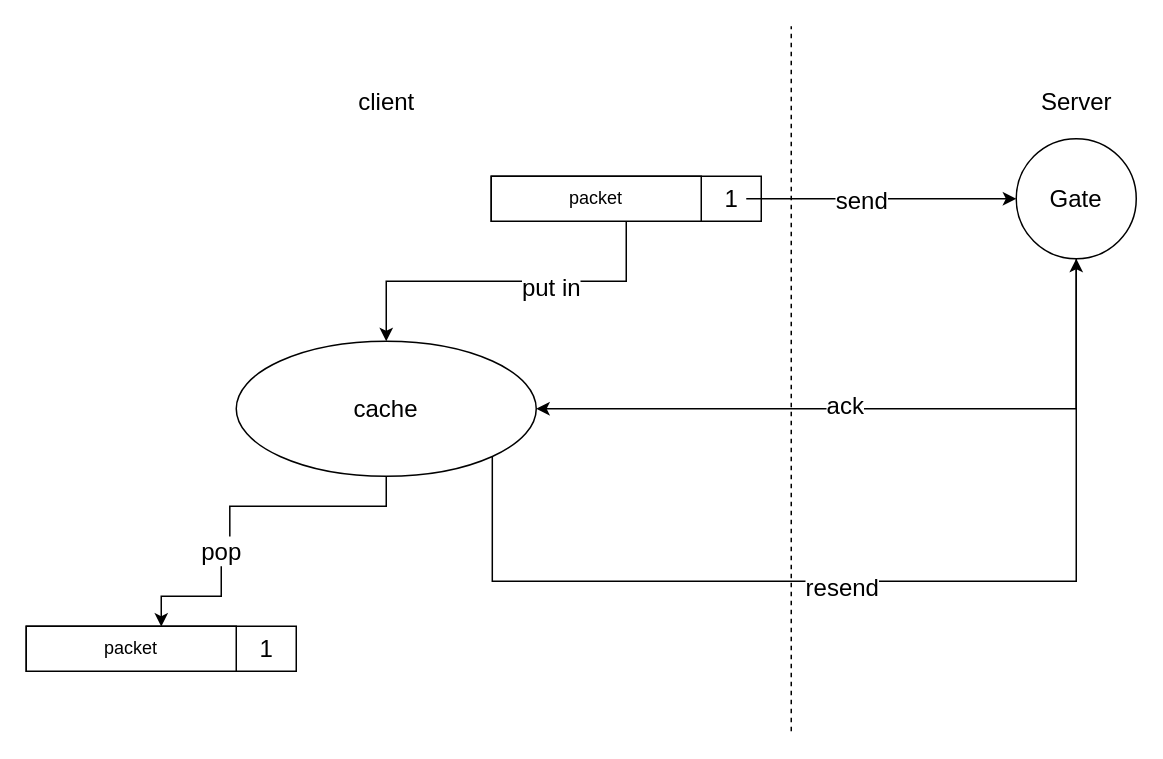
This is retr.drawio from 13570248114/draw, a draw.io file, before an edit. Source tidied: cells renumbered, new cells numbered last; positions are measured from the earlier drawing's top-left corner, leaving out a move shared by most shapes. Both pictures are drawn from the tidied source at 150%, with x=0, y=0 at pixel (26, 26).
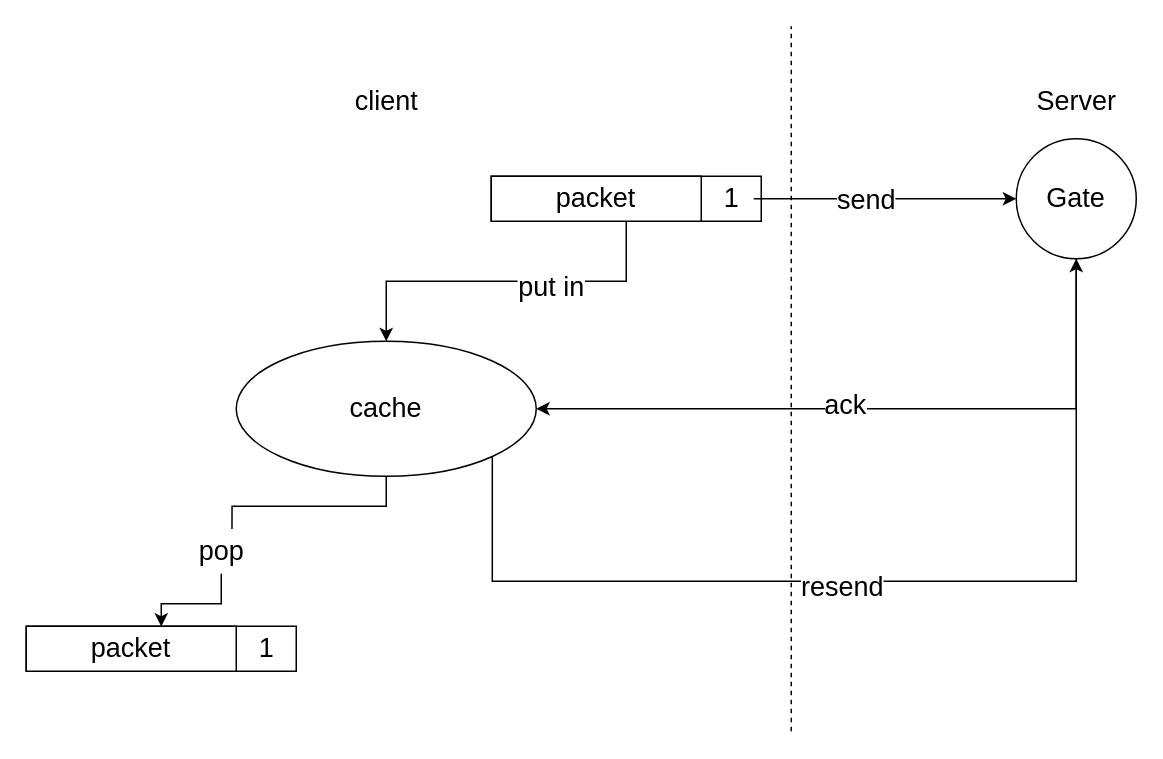
The same diagram, later.

Diff of the diagram source:
```diff
@@
-    <mxCell id="2" style="edgeStyle=orthogonalEdgeStyle;rounded=0;jettySize=auto;html=1;fontSize=16;" parent="1" edge="1" source="4" target="12">
+    <mxCell id="2" style="edgeStyle=orthogonalEdgeStyle;rounded=0;jettySize=auto;html=1;fontSize=18;" parent="1" edge="1" source="4" target="12">
       <mxGeometry relative="1" as="geometry" />
     </mxCell>
-    <mxCell id="3" value="put in" style="edgeLabel;html=1;align=center;verticalAlign=middle;fontSize=16;" parent="2" vertex="1">
+    <mxCell id="3" value="put in" style="edgeLabel;html=1;align=center;verticalAlign=middle;fontSize=18;" parent="2" vertex="1">
       <mxGeometry x="-0.24" y="4" relative="1" as="geometry">
         <mxPoint y="-1" as="offset" />
       </mxGeometry>
     </mxCell>
-    <mxCell id="4" style="rounded=0;whiteSpace=wrap;html=1;" parent="1" vertex="1">
+    <mxCell id="4" style="rounded=0;whiteSpace=wrap;html=1;fontSize=18;" parent="1" vertex="1">
       <mxGeometry x="310" y="100" width="180" height="30" as="geometry" />
     </mxCell>
-    <mxCell id="5" value="packet" style="rounded=0;whiteSpace=wrap;html=1;" parent="1" vertex="1">
+    <mxCell id="5" value="packet" style="rounded=0;whiteSpace=wrap;html=1;fontSize=18;" parent="1" vertex="1">
       <mxGeometry x="310" y="100" width="140" height="30" as="geometry" />
     </mxCell>
-    <mxCell id="6" style="edgeStyle=orthogonalEdgeStyle;rounded=0;jettySize=auto;html=1;entryX=0;entryY=0.5;entryDx=0;entryDy=0;fontSize=16;" parent="1" edge="1" source="8" target="15">
+    <mxCell id="6" style="edgeStyle=orthogonalEdgeStyle;rounded=0;jettySize=auto;html=1;entryX=0;entryY=0.5;entryDx=0;entryDy=0;fontSize=18;" parent="1" edge="1" source="8" target="15">
       <mxGeometry relative="1" as="geometry" />
     </mxCell>
-    <mxCell id="7" value="send" style="edgeLabel;html=1;align=center;verticalAlign=middle;fontSize=16;" parent="6" vertex="1">
+    <mxCell id="7" value="send" style="edgeLabel;html=1;align=center;verticalAlign=middle;fontSize=18;" parent="6" vertex="1">
       <mxGeometry x="-0.16" relative="1" as="geometry" />
     </mxCell>
-    <mxCell id="8" value="&lt;font style=&quot;font-size: 16px&quot;&gt;1&lt;/font&gt;" style="text;html=1;align=center;verticalAlign=middle;points=[];fillColor=none;strokeColor=none;rounded=0;" parent="1" vertex="1">
-      <mxGeometry x="460" y="105" width="20" height="20" as="geometry" />
+    <mxCell id="8" value="&lt;font style=&quot;font-size: 18px;&quot;&gt;1&lt;/font&gt;" style="text;html=1;align=center;verticalAlign=middle;points=[];fillColor=none;strokeColor=none;rounded=0;fontSize=18;" parent="1" vertex="1">
+      <mxGeometry x="455" y="100" width="30" height="30" as="geometry" />
     </mxCell>
-    <mxCell id="9" style="edgeStyle=orthogonalEdgeStyle;rounded=0;jettySize=auto;html=1;entryX=0.643;entryY=0.008;entryDx=0;entryDy=0;entryPerimeter=0;fontSize=16;startArrow=none;" parent="1" edge="1" source="22" target="20">
+    <mxCell id="9" style="edgeStyle=orthogonalEdgeStyle;rounded=0;jettySize=auto;html=1;entryX=0.643;entryY=0.008;entryDx=0;entryDy=0;entryPerimeter=0;fontSize=18;startArrow=none;" parent="1" edge="1" source="22" target="20">
       <mxGeometry relative="1" as="geometry" />
     </mxCell>
-    <mxCell id="10" style="edgeStyle=orthogonalEdgeStyle;rounded=0;jettySize=auto;html=1;exitX=1;exitY=1;exitDx=0;exitDy=0;entryX=0.5;entryY=1;entryDx=0;entryDy=0;fontSize=16;" parent="1" edge="1" source="12" target="15">
+    <mxCell id="10" style="edgeStyle=orthogonalEdgeStyle;rounded=0;jettySize=auto;html=1;exitX=1;exitY=1;exitDx=0;exitDy=0;entryX=0.5;entryY=1;entryDx=0;entryDy=0;fontSize=18;" parent="1" edge="1" source="12" target="15">
       <mxGeometry relative="1" as="geometry">
         <Array as="points">
           <mxPoint x="311" y="370" />
           <mxPoint x="700" y="370" />
         </Array>
       </mxGeometry>
     </mxCell>
-    <mxCell id="11" value="resend" style="edgeLabel;html=1;align=center;verticalAlign=middle;fontSize=16;" parent="10" vertex="1">
+    <mxCell id="11" value="resend" style="edgeLabel;html=1;align=center;verticalAlign=middle;fontSize=18;" parent="10" vertex="1">
       <mxGeometry x="-0.08" y="-3" relative="1" as="geometry" />
     </mxCell>
-    <mxCell id="12" value="cache" style="ellipse;whiteSpace=wrap;html=1;fontSize=16;" parent="1" vertex="1">
+    <mxCell id="12" value="cache" style="ellipse;whiteSpace=wrap;html=1;fontSize=18;" parent="1" vertex="1">
       <mxGeometry x="140" y="210" width="200" height="90" as="geometry" />
     </mxCell>
-    <mxCell id="13" style="edgeStyle=orthogonalEdgeStyle;rounded=0;jettySize=auto;html=1;exitX=0.5;exitY=1;exitDx=0;exitDy=0;entryX=1;entryY=0.5;entryDx=0;entryDy=0;fontSize=16;" parent="1" edge="1" source="15" target="12">
+    <mxCell id="13" style="edgeStyle=orthogonalEdgeStyle;rounded=0;jettySize=auto;html=1;exitX=0.5;exitY=1;exitDx=0;exitDy=0;entryX=1;entryY=0.5;entryDx=0;entryDy=0;fontSize=18;" parent="1" edge="1" source="15" target="12">
       <mxGeometry relative="1" as="geometry" />
     </mxCell>
-    <mxCell id="14" value="ack" style="edgeLabel;html=1;align=center;verticalAlign=middle;fontSize=16;" parent="13" vertex="1">
+    <mxCell id="14" value="ack" style="edgeLabel;html=1;align=center;verticalAlign=middle;fontSize=18;" parent="13" vertex="1">
       <mxGeometry x="0.11" y="-3" relative="1" as="geometry" />
     </mxCell>
-    <mxCell id="15" value="Gate" style="ellipse;whiteSpace=wrap;html=1;fontSize=16;" parent="1" vertex="1">
+    <mxCell id="15" value="Gate" style="ellipse;whiteSpace=wrap;html=1;fontSize=18;" parent="1" vertex="1">
       <mxGeometry x="660" y="75" width="80" height="80" as="geometry" />
     </mxCell>
-    <mxCell id="16" style="endArrow=none;dashed=1;html=1;rounded=0;fontSize=16;" parent="1" edge="1">
+    <mxCell id="16" style="endArrow=none;dashed=1;html=1;rounded=0;fontSize=18;" parent="1" edge="1">
       <mxGeometry relative="1" as="geometry">
         <mxPoint x="510" y="470" as="sourcePoint" />
         <mxPoint x="510" as="targetPoint" />
       </mxGeometry>
     </mxCell>
-    <mxCell id="17" value="client" style="text;html=1;align=center;verticalAlign=middle;fillColor=none;strokeColor=none;rounded=0;fontSize=16;" parent="1" vertex="1">
-      <mxGeometry x="215" y="40" width="50" height="20" as="geometry" />
+    <mxCell id="17" value="client" style="text;html=1;align=center;verticalAlign=middle;fillColor=none;strokeColor=none;rounded=0;fontSize=18;" parent="1" vertex="1">
+      <mxGeometry x="210" y="35" width="60" height="30" as="geometry" />
     </mxCell>
-    <mxCell id="18" value="Server" style="text;html=1;align=center;verticalAlign=middle;fillColor=none;strokeColor=none;rounded=0;fontSize=16;" parent="1" vertex="1">
-      <mxGeometry x="670" y="40" width="60" height="20" as="geometry" />
+    <mxCell id="18" value="Server" style="text;html=1;align=center;verticalAlign=middle;fillColor=none;strokeColor=none;rounded=0;fontSize=18;" parent="1" vertex="1">
+      <mxGeometry x="665" y="35" width="70" height="30" as="geometry" />
     </mxCell>
-    <mxCell id="19" style="rounded=0;whiteSpace=wrap;html=1;" parent="1" vertex="1">
+    <mxCell id="19" style="rounded=0;whiteSpace=wrap;html=1;fontSize=18;" parent="1" vertex="1">
       <mxGeometry y="400" width="180" height="30" as="geometry" />
     </mxCell>
-    <mxCell id="20" value="packet" style="rounded=0;whiteSpace=wrap;html=1;" parent="1" vertex="1">
+    <mxCell id="20" value="packet" style="rounded=0;whiteSpace=wrap;html=1;fontSize=18;" parent="1" vertex="1">
       <mxGeometry y="400" width="140" height="30" as="geometry" />
     </mxCell>
-    <mxCell id="21" value="&lt;font style=&quot;font-size: 16px&quot;&gt;1&lt;/font&gt;" style="text;html=1;align=center;verticalAlign=middle;fillColor=none;strokeColor=none;rounded=0;" parent="1" vertex="1">
-      <mxGeometry x="150" y="405" width="20" height="20" as="geometry" />
+    <mxCell id="21" value="&lt;font style=&quot;font-size: 18px;&quot;&gt;1&lt;/font&gt;" style="text;html=1;align=center;verticalAlign=middle;fillColor=none;strokeColor=none;rounded=0;fontSize=18;" parent="1" vertex="1">
+      <mxGeometry x="145" y="400" width="30" height="30" as="geometry" />
     </mxCell>
-    <mxCell id="22" value="pop" style="text;html=1;align=center;verticalAlign=middle;points=[];fillColor=none;strokeColor=none;rounded=0;fontSize=16;" parent="1" vertex="1">
-      <mxGeometry x="110" y="340" width="40" height="20" as="geometry" />
+    <mxCell id="22" value="pop" style="text;html=1;align=center;verticalAlign=middle;points=[];fillColor=none;strokeColor=none;rounded=0;fontSize=18;" parent="1" vertex="1">
+      <mxGeometry x="105" y="335" width="50" height="30" as="geometry" />
     </mxCell>
-    <mxCell id="23" style="edgeStyle=orthogonalEdgeStyle;rounded=0;jettySize=auto;html=1;entryX=0.643;entryY=0.008;entryDx=0;entryDy=0;entryPerimeter=0;fontSize=16;endArrow=none;" parent="1" edge="1" source="12" target="22">
+    <mxCell id="23" style="edgeStyle=orthogonalEdgeStyle;rounded=0;jettySize=auto;html=1;entryX=0.643;entryY=0.008;entryDx=0;entryDy=0;entryPerimeter=0;fontSize=18;endArrow=none;" parent="1" edge="1" source="12" target="22">
       <mxGeometry relative="1" as="geometry" />
     </mxCell>
```
